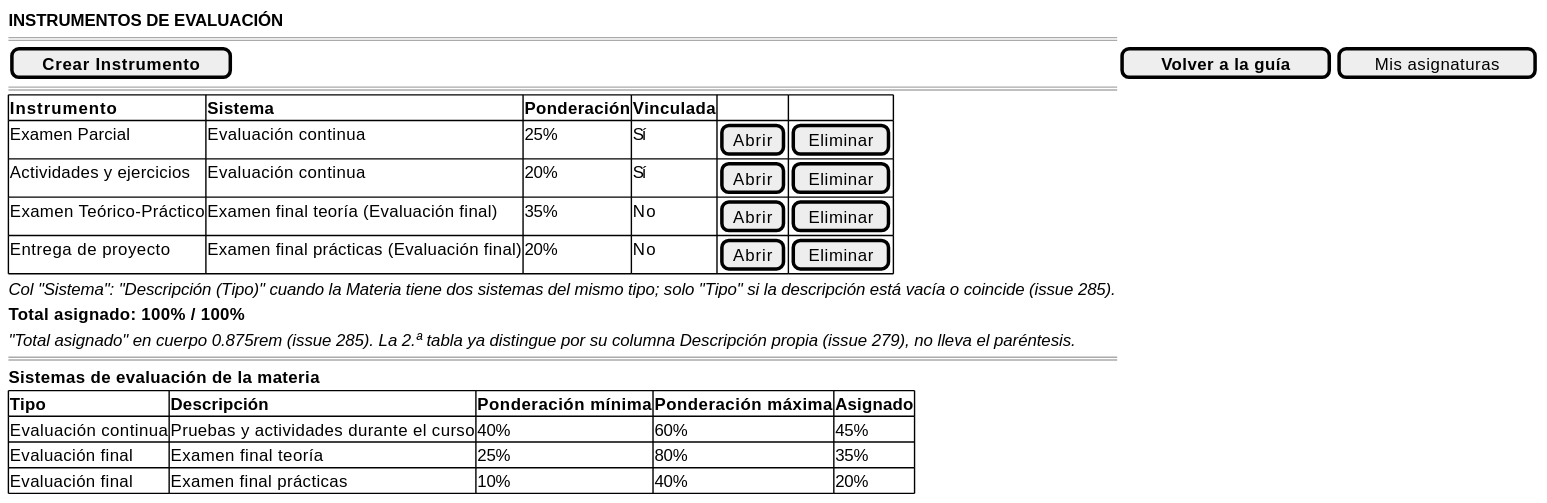
Before: images/RUP/01-requisitos/03-detalle-casos-uso/abrirPonderacionesEvaluacion/wireframe.svg, a diagram exported from PlantUML (mmasias/pyCeldaPublico).
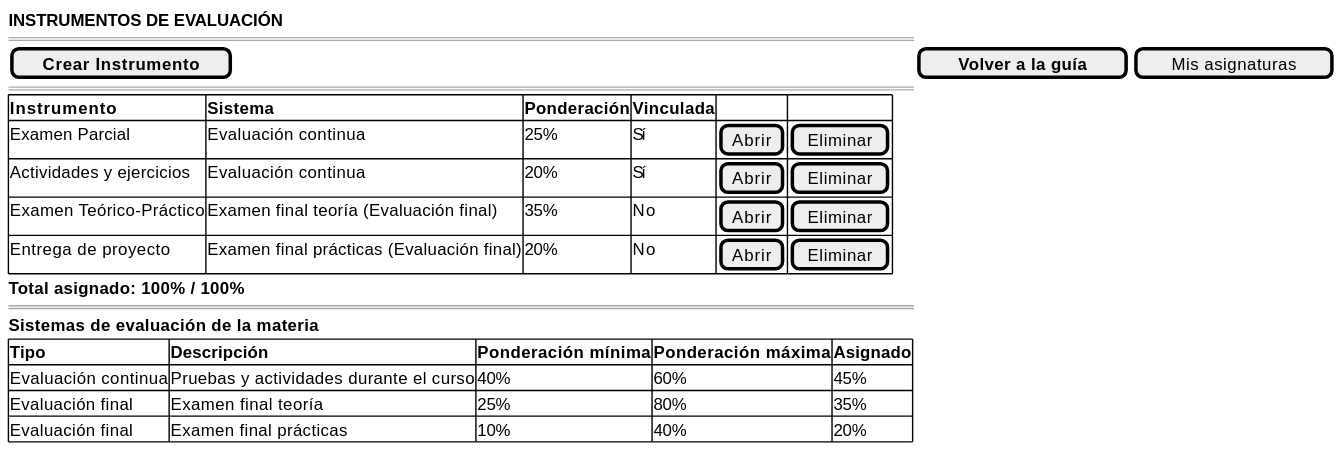
After the change.

What changed in the source:
```diff
@@ -11,9 +11,7 @@
         Examen Teórico-Práctico | Examen final teoría (Evaluación final) | 35% | No | [Abrir] | [Eliminar]
         Entrega de proyecto | Examen final prácticas (Evaluación final) | 20% | No | [Abrir] | [Eliminar]
     }
-    <i>Col "Sistema": "Descripción (Tipo)" cuando la Materia tiene dos sistemas del mismo tipo; solo "Tipo" si la descripción está vacía o coincide (issue 285).</i>
     <b>Total asignado: 100% / 100%</b>
-    <i>"Total asignado" en cuerpo 0.875rem (issue 285). La 2.ª tabla ya distingue por su columna Descripción propia (issue 279), no lleva el paréntesis.</i>
     ====
     <b>Sistemas de evaluación de la materia</b>
     {#
```
